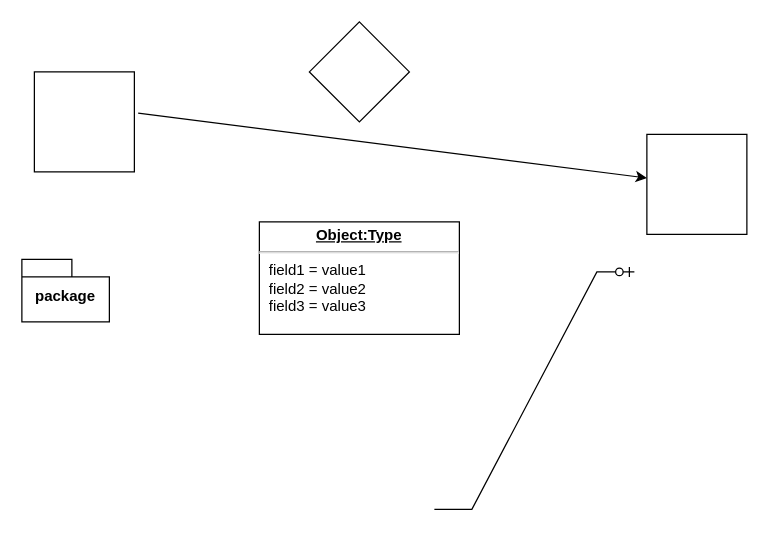
Above: exampleTest.drawio in phanthanhvu28/diagrams (draw.io), before the change. Source tidied: cells renumbered, new cells numbered last; positions are measured from the earlier drawing's top-left corner, leaving out a move shared by most shapes. Both pictures are drawn from the tidied source at 125%, with x=0, y=0 at pixel (21, 21).
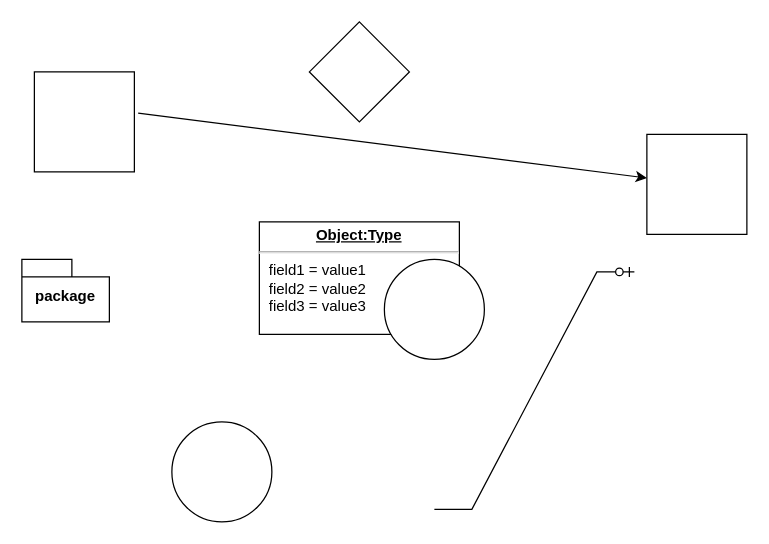
After the change.

Change to the diagram source:
```diff
@@
 <mxGraphModel>
   <root>
     <mxCell id="0" />
     <mxCell id="1" parent="0" />
     <mxCell id="2" style="whiteSpace=wrap;html=1;" parent="1" vertex="1">
       <mxGeometry x="10" y="40" width="80" height="80" as="geometry" />
     </mxCell>
     <mxCell id="3" style="whiteSpace=wrap;html=1;" parent="1" vertex="1">
       <mxGeometry x="500" y="90" width="80" height="80" as="geometry" />
     </mxCell>
     <mxCell id="4" style="endArrow=classic;html=1;rounded=0;exitX=1.038;exitY=0.413;exitDx=0;exitDy=0;exitPerimeter=0;" parent="1" edge="1" source="2" target="3">
       <mxGeometry relative="1" as="geometry" />
     </mxCell>
     <mxCell id="5" style="rhombus;whiteSpace=wrap;html=1;" parent="1" vertex="1">
       <mxGeometry x="230" width="80" height="80" as="geometry" />
     </mxCell>
     <mxCell id="6" value="&lt;p style=&quot;margin:0px;margin-top:4px;text-align:center;text-decoration:underline;&quot;&gt;&lt;b&gt;Object:Type&lt;/b&gt;&lt;/p&gt;&lt;hr/&gt;&lt;p style=&quot;margin:0px;margin-left:8px;&quot;&gt;field1 = value1&lt;br/&gt;field2 = value2&lt;br&gt;field3 = value3&lt;/p&gt;" style="verticalAlign=top;align=left;overflow=fill;fontSize=12;fontFamily=Helvetica;html=1;whiteSpace=wrap;" parent="1" vertex="1">
       <mxGeometry x="190" y="160" width="160" height="90" as="geometry" />
     </mxCell>
     <mxCell id="7" value="package" style="shape=folder;fontStyle=1;spacingTop=10;tabWidth=40;tabHeight=14;tabPosition=left;html=1;whiteSpace=wrap;" parent="1" vertex="1">
       <mxGeometry y="190" width="70" height="50" as="geometry" />
     </mxCell>
     <mxCell id="8" style="edgeStyle=entityRelationEdgeStyle;fontSize=12;html=1;endArrow=ERzeroToOne;endFill=1;rounded=0;" parent="1" edge="1">
       <mxGeometry relative="1" as="geometry">
         <mxPoint x="330" y="390" as="sourcePoint" />
         <mxPoint x="490" y="200" as="targetPoint" />
         <Array as="points">
           <mxPoint x="410" y="260" />
           <mxPoint x="460" y="270" />
         </Array>
       </mxGeometry>
     </mxCell>
+    <mxCell id="9" style="ellipse;whiteSpace=wrap;html=1;" parent="1" vertex="1">
+      <mxGeometry x="290" y="190" width="80" height="80" as="geometry" />
+    </mxCell>
+    <mxCell id="10" style="ellipse;whiteSpace=wrap;html=1;" parent="1" vertex="1">
+      <mxGeometry x="120" y="320" width="80" height="80" as="geometry" />
+    </mxCell>
   </root>
 </mxGraphModel>
```
